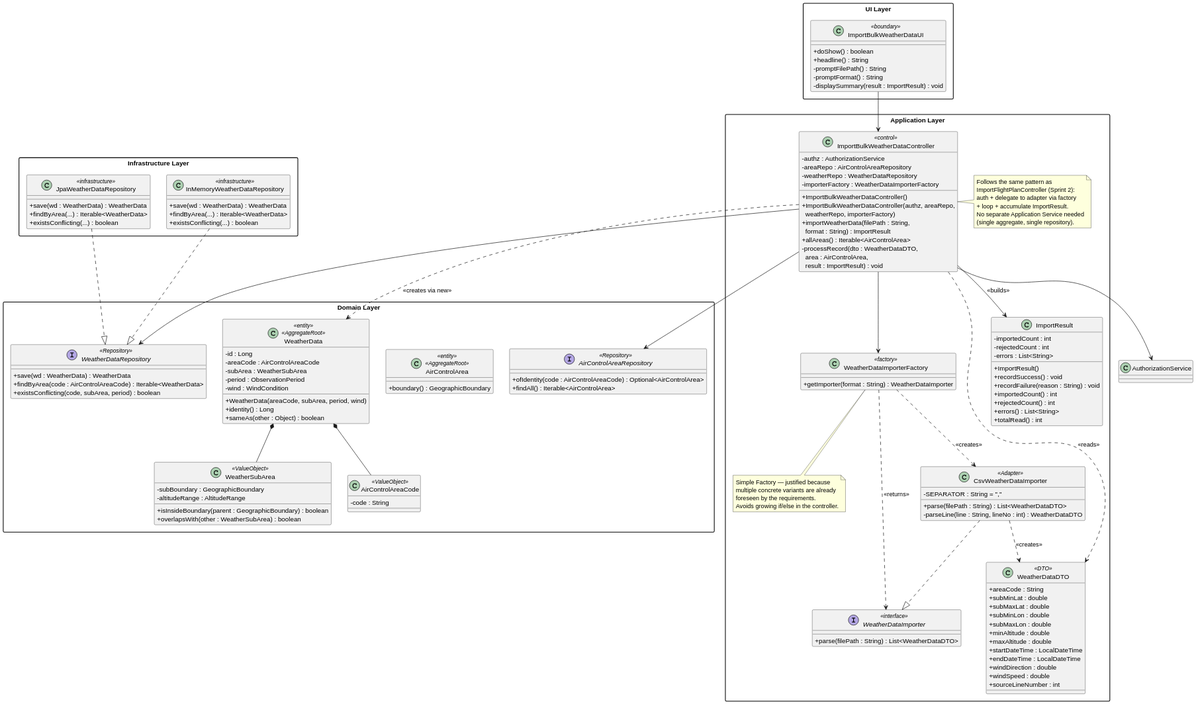
This is docs/Sprint 3/EAPLI/US042/svg/US042_class_diagram.svg from DuartePinto1240/sem4pi2526-sem4pi2526_2da2, a PlantUML export, as it was before one commit.
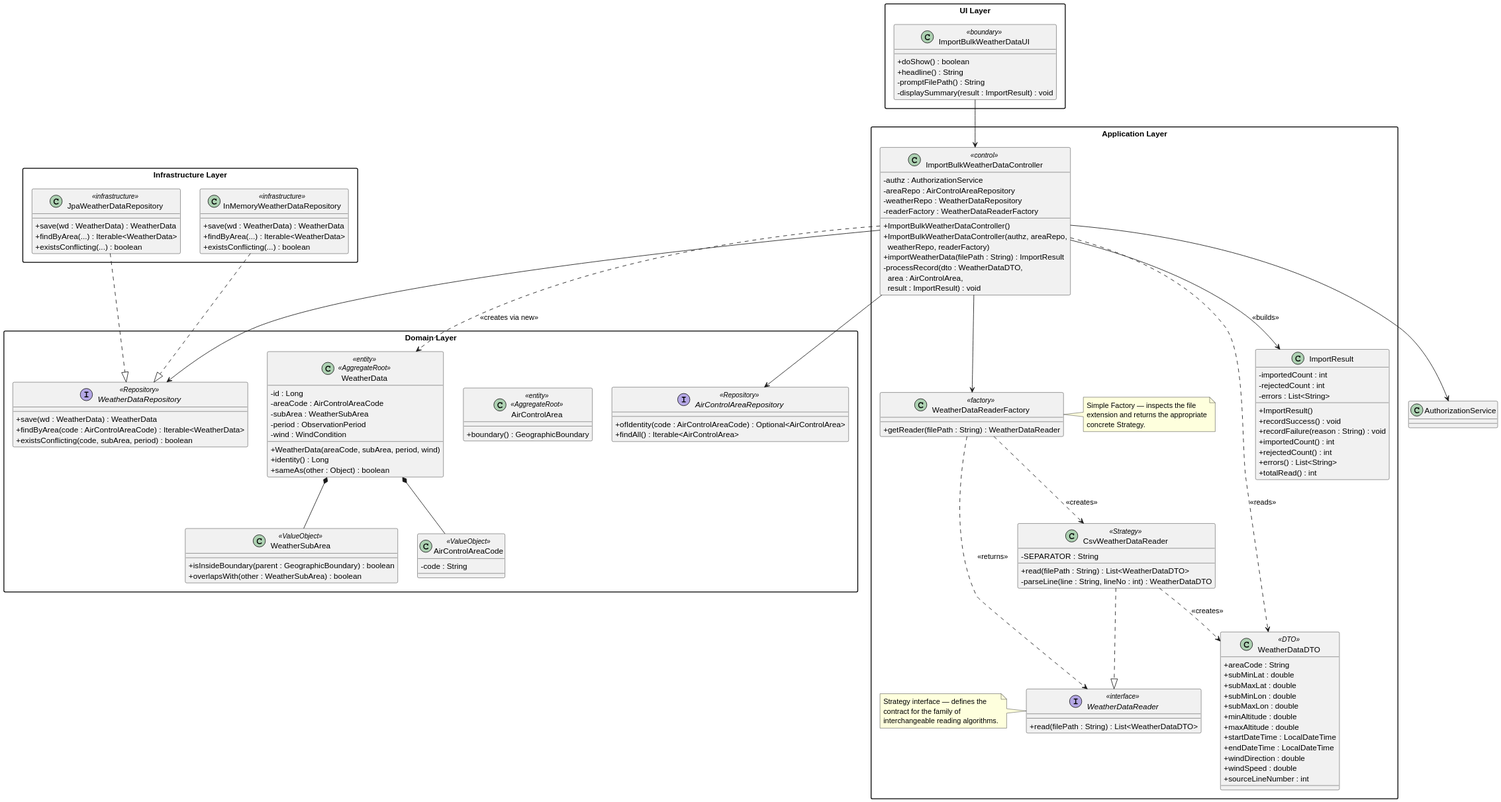
The same diagram one commit later.

Commit message:
US042: Update documentation and diagrams to replace Adapter with Strategy for reading file format #166 #167

What changed in the source:
```diff
@@ -7,7 +7,6 @@
     + doShow() : boolean
     + headline() : String
     - promptFilePath() : String
-    - promptFormat() : String
     - displaySummary(result : ImportResult) : void
   }
 }
@@ -18,41 +17,36 @@
     - authz : AuthorizationService
     - areaRepo : AirControlAreaRepository
     - weatherRepo : WeatherDataRepository
-    - importerFactory : WeatherDataImporterFactory
+    - readerFactory : WeatherDataReaderFactory
     + ImportBulkWeatherDataController()
-    + ImportBulkWeatherDataController(authz, areaRepo,\n  weatherRepo, importerFactory)
-    + importWeatherData(filePath : String,\n  format : String) : ImportResult
-    + allAreas() : Iterable<AirControlArea>
+    + ImportBulkWeatherDataController(authz, areaRepo,\n  weatherRepo, readerFactory)
+    + importWeatherData(filePath : String) : ImportResult
     - processRecord(dto : WeatherDataDTO,\n  area : AirControlArea,\n  result : ImportResult) : void
   }
 
-  note right of ImportBulkWeatherDataController
-    Follows the same pattern as
-    ImportFlightPlanController (Sprint 2):
-    auth + delegate to adapter via factory
-    + loop + accumulate ImportResult.
-    No separate Application Service needed
-    (single aggregate, single repository).
+  class WeatherDataReaderFactory <<factory>> {
+    + getReader(filePath : String) : WeatherDataReader
+  }
+
+  note right of WeatherDataReaderFactory
+    Simple Factory — inspects the file
+    extension and returns the appropriate
+    concrete Strategy.
   end note
 
-  class WeatherDataImporterFactory <<factory>> {
-    + getImporter(format : String) : WeatherDataImporter
+  interface WeatherDataReader <<interface>> {
+    + read(filePath : String) : List<WeatherDataDTO>
   }
 
-  note bottom of WeatherDataImporterFactory
-    Simple Factory — justified because
-    multiple concrete variants are already
-    foreseen by the requirements.
-    Avoids growing if/else in the controller.
+  note left of WeatherDataReader
+    Strategy interface — defines the
+    contract for the family of
+    interchangeable reading algorithms.
   end note
 
-  interface WeatherDataImporter <<interface>> {
-    + parse(filePath : String) : List<WeatherDataDTO>
-  }
-
-  class CsvWeatherDataImporter <<Adapter>> {
-    - SEPARATOR : String = ","
-    + parse(filePath : String) : List<WeatherDataDTO>
+  class CsvWeatherDataReader <<Strategy>> {
+    - SEPARATOR : String
+    + read(filePath : String) : List<WeatherDataDTO>
     - parseLine(line : String, lineNo : int) : WeatherDataDTO
   }
 
@@ -85,6 +79,7 @@
   }
 }
 
+
 package "Domain Layer" {
 
   class WeatherData <<entity>> <<AggregateRoot>> {
@@ -99,8 +94,6 @@
   }
 
   class WeatherSubArea <<ValueObject>> {
-    - subBoundary : GeographicBoundary
-    - altitudeRange : AltitudeRange
     + isInsideBoundary(parent : GeographicBoundary) : boolean
     + overlapsWith(other : WeatherSubArea) : boolean
   }
@@ -125,6 +118,7 @@
   }
 }
 
+
 package "Infrastructure Layer" {
   class JpaWeatherDataRepository <<infrastructure>> {
     + save(wd : WeatherData) : WeatherData
@@ -138,23 +132,21 @@
   }
 }
 
-
-
 ImportBulkWeatherDataUI --> ImportBulkWeatherDataController
 
 ImportBulkWeatherDataController --> AuthorizationService
 ImportBulkWeatherDataController --> AirControlAreaRepository
 ImportBulkWeatherDataController --> WeatherDataRepository
-ImportBulkWeatherDataController --> WeatherDataImporterFactory
-ImportBulkWeatherDataController ..> WeatherDataDTO   : <<reads>>
-ImportBulkWeatherDataController ..> WeatherData      : <<creates via new>>
-ImportBulkWeatherDataController --> ImportResult     : <<builds>>
+ImportBulkWeatherDataController --> WeatherDataReaderFactory
+ImportBulkWeatherDataController ..> WeatherDataDTO  : <<reads>>
+ImportBulkWeatherDataController ..> WeatherData     : <<creates via new>>
+ImportBulkWeatherDataController --> ImportResult    : <<builds>>
 
-WeatherDataImporterFactory ..> WeatherDataImporter        : <<returns>>
-WeatherDataImporterFactory ..> CsvWeatherDataImporter     : <<creates>>
+WeatherDataReaderFactory ..> WeatherDataReader        : <<returns>>
+WeatherDataReaderFactory ..> CsvWeatherDataReader     : <<creates>>
 
-CsvWeatherDataImporter  ..|> WeatherDataImporter
-CsvWeatherDataImporter  ..> WeatherDataDTO : <<creates>>
+CsvWeatherDataReader ..|> WeatherDataReader
+CsvWeatherDataReader ..> WeatherDataDTO : <<creates>>
 
 WeatherData *-- AirControlAreaCode
 WeatherData *-- WeatherSubArea
```
